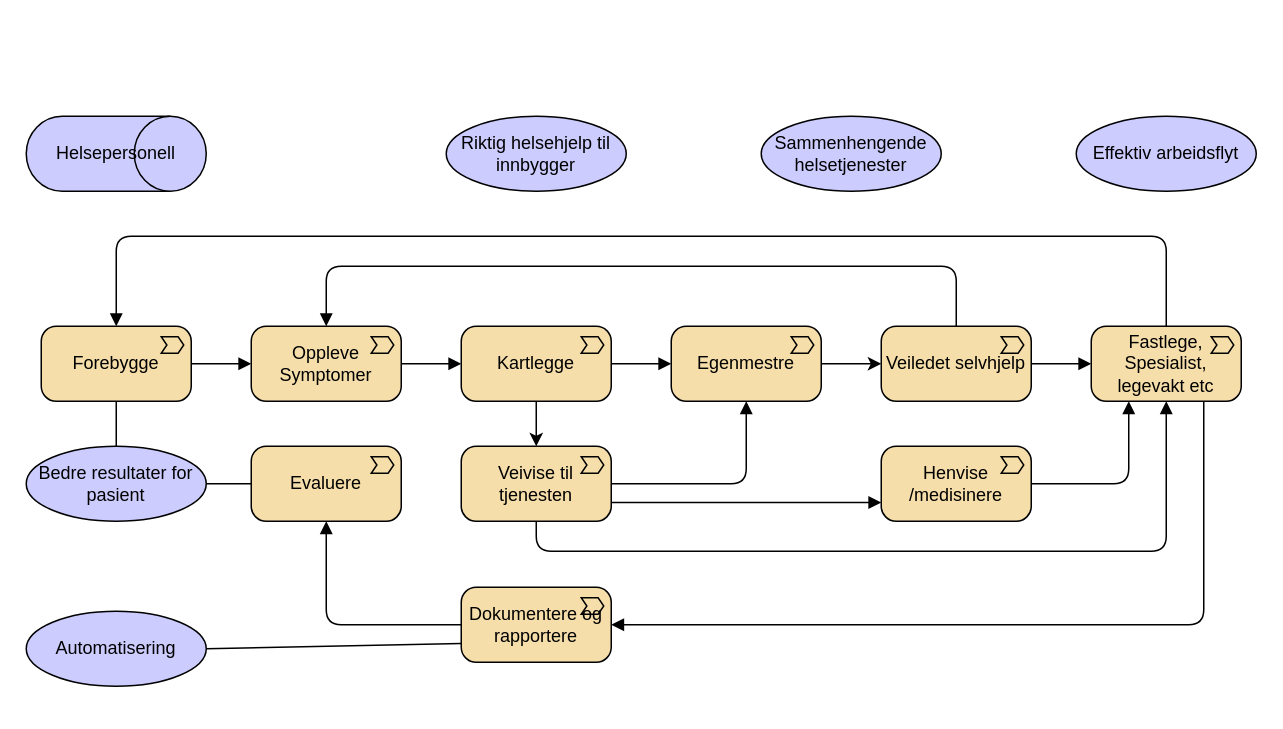
hdir/Digital-Forstelinje keeps this draw.io diagram as page "verdikjede-helsepersonell" (6 of 6) of currentbuild/strategi/value-chain.drawio. Above is the earlier version. Source tidied: cells renumbered, new cells numbered last; positions are measured from the earlier drawing's top-left corner, leaving out a move shared by most shapes. Both pictures are drawn from the tidied source at 150%, with x=0, y=0 at pixel (26, 116).
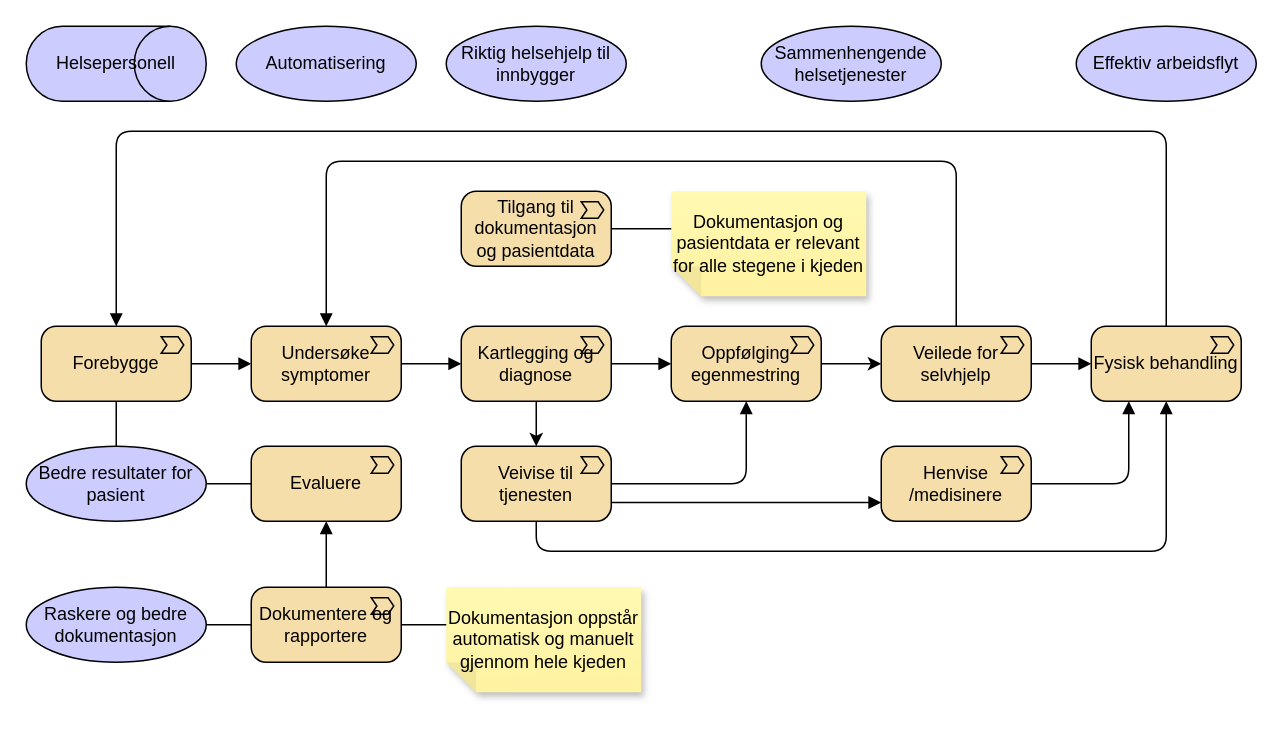
The same diagram, later.

Unchanged cells that the change refers to:
```xml
<mxCell id="3" value="Forebygge" style="html=1;outlineConnect=0;whiteSpace=wrap;fillColor=#F5DEAA;shape=mxgraph.archimate3.application;appType=valueStream;archiType=rounded;" parent="1" vertex="1">
  <mxGeometry x="10" y="140" width="100" height="50" as="geometry" />
</mxCell>
<mxCell id="23" value="Evaluere" style="html=1;outlineConnect=0;whiteSpace=wrap;fillColor=#F5DEAA;shape=mxgraph.archimate3.application;appType=valueStream;archiType=rounded;" parent="1" vertex="1">
  <mxGeometry x="150" y="220" width="100" height="50" as="geometry" />
</mxCell>
```

What changed in the source:
```diff
@@
-    <mxCell id="2" value="Oppleve Symptomer" style="html=1;outlineConnect=0;whiteSpace=wrap;fillColor=#F5DEAA;shape=mxgraph.archimate3.application;appType=valueStream;archiType=rounded;" parent="1" vertex="1">
+    <mxCell id="2" value="Undersøke symptomer" style="html=1;outlineConnect=0;whiteSpace=wrap;fillColor=#F5DEAA;shape=mxgraph.archimate3.application;appType=valueStream;archiType=rounded;" parent="1" vertex="1">
       <mxGeometry x="150" y="140" width="100" height="50" as="geometry" />
     </mxCell>
@@
-    <mxCell id="5" value="Kartlegge" style="html=1;outlineConnect=0;whiteSpace=wrap;fillColor=#F5DEAA;shape=mxgraph.archimate3.application;appType=valueStream;archiType=rounded;" parent="1" vertex="1">
+    <mxCell id="5" value="Kartlegging og diagnose" style="html=1;outlineConnect=0;whiteSpace=wrap;fillColor=#F5DEAA;shape=mxgraph.archimate3.application;appType=valueStream;archiType=rounded;" parent="1" vertex="1">
       <mxGeometry x="290" y="140" width="100" height="50" as="geometry" />
     </mxCell>
@@
-    <mxCell id="7" value="Egenmestre" style="html=1;outlineConnect=0;whiteSpace=wrap;fillColor=#F5DEAA;shape=mxgraph.archimate3.application;appType=valueStream;archiType=rounded;" parent="1" vertex="1">
+    <mxCell id="7" value="Oppfølging egenmestring" style="html=1;outlineConnect=0;whiteSpace=wrap;fillColor=#F5DEAA;shape=mxgraph.archimate3.application;appType=valueStream;archiType=rounded;" parent="1" vertex="1">
       <mxGeometry x="430" y="140" width="100" height="50" as="geometry" />
     </mxCell>
-    <mxCell id="8" value="Veiledet selvhjelp" style="html=1;outlineConnect=0;whiteSpace=wrap;fillColor=#F5DEAA;shape=mxgraph.archimate3.application;appType=valueStream;archiType=rounded;" parent="1" vertex="1">
+    <mxCell id="8" value="Veilede for selvhjelp" style="html=1;outlineConnect=0;whiteSpace=wrap;fillColor=#F5DEAA;shape=mxgraph.archimate3.application;appType=valueStream;archiType=rounded;" parent="1" vertex="1">
       <mxGeometry x="570" y="140" width="100" height="50" as="geometry" />
     </mxCell>
@@
     <mxCell id="13" style="edgeStyle=elbowEdgeStyle;html=1;endArrow=block;dashed=0;elbow=vertical;endFill=1;entryX=0.5;entryY=0;entryDx=0;entryDy=0;entryPerimeter=0;exitX=0.5;exitY=0;exitDx=0;exitDy=0;exitPerimeter=0;" parent="1" edge="1" source="8" target="2">
       <mxGeometry relative="1" as="geometry">
         <Array as="points">
-          <mxPoint x="410" y="100" />
+          <mxPoint x="410" y="30" />
         </Array>
       </mxGeometry>
     </mxCell>
@@
-    <mxCell id="15" value="Fastlege, Spesialist, legevakt etc" style="html=1;outlineConnect=0;whiteSpace=wrap;fillColor=#F5DEAA;shape=mxgraph.archimate3.application;appType=valueStream;archiType=rounded;" parent="1" vertex="1">
+    <mxCell id="15" value="Fysisk behandling" style="html=1;outlineConnect=0;whiteSpace=wrap;fillColor=#F5DEAA;shape=mxgraph.archimate3.application;appType=valueStream;archiType=rounded;" parent="1" vertex="1">
       <mxGeometry x="710" y="140" width="100" height="50" as="geometry" />
     </mxCell>
@@
     <mxCell id="17" style="edgeStyle=elbowEdgeStyle;html=1;endArrow=block;dashed=0;elbow=vertical;endFill=1;entryX=0.5;entryY=0;entryDx=0;entryDy=0;entryPerimeter=0;exitX=0.5;exitY=0;exitDx=0;exitDy=0;exitPerimeter=0;" parent="1" edge="1" source="15" target="3">
       <mxGeometry relative="1" as="geometry">
         <Array as="points">
-          <mxPoint x="410" y="80" />
+          <mxPoint x="420" y="10" />
         </Array>
       </mxGeometry>
     </mxCell>
@@
     <mxCell id="26" value="Helsepersonell" style="html=1;whiteSpace=wrap;fillColor=#CCCCFF;shape=mxgraph.archimate3.role;" parent="1" vertex="1">
-      <mxGeometry width="120" height="50" as="geometry" />
+      <mxGeometry y="-60" width="120" height="50" as="geometry" />
     </mxCell>
     <mxCell id="27" value="Sammenhengende helsetjenester" style="shape=ellipse;html=1;whiteSpace=wrap;fillColor=#CCCCFF;" parent="1" vertex="1">
-      <mxGeometry x="490" width="120" height="50" as="geometry" />
+      <mxGeometry x="490" y="-60" width="120" height="50" as="geometry" />
     </mxCell>
     <mxCell id="28" value="Effektiv arbeidsflyt" style="shape=ellipse;html=1;whiteSpace=wrap;fillColor=#CCCCFF;" parent="1" vertex="1">
-      <mxGeometry x="700" width="120" height="50" as="geometry" />
+      <mxGeometry x="700" y="-60" width="120" height="50" as="geometry" />
     </mxCell>
     <mxCell id="29" value="Automatisering" style="shape=ellipse;html=1;whiteSpace=wrap;fillColor=#CCCCFF;" parent="1" vertex="1">
-      <mxGeometry y="330" width="120" height="50" as="geometry" />
+      <mxGeometry x="140" y="-60" width="120" height="50" as="geometry" />
     </mxCell>
     <mxCell id="30" value="Riktig helsehjelp til innbygger" style="shape=ellipse;html=1;whiteSpace=wrap;fillColor=#CCCCFF;" parent="1" vertex="1">
-      <mxGeometry x="280" width="120" height="50" as="geometry" />
+      <mxGeometry x="280" y="-60" width="120" height="50" as="geometry" />
     </mxCell>
     <mxCell id="31" value="Dokumentere og rapportere" style="html=1;outlineConnect=0;whiteSpace=wrap;fillColor=#F5DEAA;shape=mxgraph.archimate3.application;appType=valueStream;archiType=rounded;" parent="1" vertex="1">
-      <mxGeometry x="290" y="314" width="100" height="50" as="geometry" />
+      <mxGeometry x="150" y="314" width="100" height="50" as="geometry" />
     </mxCell>
-    <mxCell id="32" style="edgeStyle=orthogonalEdgeStyle;html=1;endArrow=block;dashed=0;elbow=vertical;endFill=1;entryX=1;entryY=0.5;entryDx=0;entryDy=0;entryPerimeter=0;exitX=0.75;exitY=1;exitDx=0;exitDy=0;exitPerimeter=0;" parent="1" edge="1" source="15" target="31">
-      <mxGeometry relative="1" as="geometry" />
-    </mxCell>
-    <mxCell id="33" style="edgeStyle=orthogonalEdgeStyle;html=1;endArrow=block;dashed=0;elbow=vertical;endFill=1;entryX=0.5;entryY=1;entryDx=0;entryDy=0;entryPerimeter=0;exitX=0;exitY=0.5;exitDx=0;exitDy=0;exitPerimeter=0;" parent="1" edge="1" source="31" target="23">
+    <mxCell id="33" style="edgeStyle=orthogonalEdgeStyle;html=1;endArrow=block;dashed=0;elbow=vertical;endFill=1;entryX=0.5;entryY=1;entryDx=0;entryDy=0;entryPerimeter=0;exitX=0.5;exitY=0;exitDx=0;exitDy=0;exitPerimeter=0;" parent="1" edge="1" source="31" target="23">
       <mxGeometry relative="1" as="geometry" />
     </mxCell>
-    <mxCell id="34" style="html=1;endArrow=none;elbow=vertical;exitX=1;exitY=0.5;exitDx=0;exitDy=0;entryX=0;entryY=0.75;entryDx=0;entryDy=0;entryPerimeter=0;" parent="1" edge="1" source="29" target="31">
-      <mxGeometry relative="1" as="geometry" />
-    </mxCell>
+    <mxCell id="35" value="Dokumentasjon oppstår automatisk og manuelt gjennom hele kjeden" style="shape=note;whiteSpace=wrap;html=1;backgroundOutline=1;fontColor=#000000;darkOpacity=0.05;fillColor=#FFF9B2;strokeColor=none;fillStyle=solid;direction=west;gradientDirection=north;gradientColor=#FFF2A1;shadow=1;size=20;" parent="1" vertex="1">
+      <mxGeometry x="280" y="314" width="130" height="70" as="geometry" />
+    </mxCell>
+    <mxCell id="36" style="edgeStyle=elbowEdgeStyle;html=1;endArrow=none;elbow=vertical;exitX=1;exitY=0.5;exitDx=0;exitDy=0;entryX=0;entryY=0;entryDx=130;entryDy=45;entryPerimeter=0;exitPerimeter=0;" parent="1" edge="1" source="31" target="35">
+      <mxGeometry relative="1" as="geometry" />
+    </mxCell>
+    <mxCell id="37" value="Raskere og bedre dokumentasjon" style="shape=ellipse;html=1;whiteSpace=wrap;fillColor=#CCCCFF;" parent="1" vertex="1">
+      <mxGeometry y="314" width="120" height="50" as="geometry" />
+    </mxCell>
+    <mxCell id="38" style="edgeStyle=elbowEdgeStyle;html=1;endArrow=none;elbow=vertical;exitX=1;exitY=0.5;exitDx=0;exitDy=0;entryX=0;entryY=0.5;entryDx=0;entryDy=0;entryPerimeter=0;" parent="1" edge="1" source="37" target="31">
+      <mxGeometry relative="1" as="geometry" />
+    </mxCell>
+    <mxCell id="39" value="Tilgang til dokumentasjon og pasientdata" style="html=1;outlineConnect=0;whiteSpace=wrap;fillColor=#F5DEAA;shape=mxgraph.archimate3.application;appType=valueStream;archiType=rounded;" parent="1" vertex="1">
+      <mxGeometry x="290" y="50" width="100" height="50" as="geometry" />
+    </mxCell>
+    <mxCell id="40" value="Dokumentasjon og pasientdata er relevant for alle stegene i kjeden" style="shape=note;whiteSpace=wrap;html=1;backgroundOutline=1;fontColor=#000000;darkOpacity=0.05;fillColor=#FFF9B2;strokeColor=none;fillStyle=solid;direction=west;gradientDirection=north;gradientColor=#FFF2A1;shadow=1;size=20;" parent="1" vertex="1">
+      <mxGeometry x="430" y="50" width="130" height="70" as="geometry" />
+    </mxCell>
+    <mxCell id="41" style="edgeStyle=elbowEdgeStyle;html=1;endArrow=none;elbow=vertical;exitX=1;exitY=0.5;exitDx=0;exitDy=0;entryX=0;entryY=0;entryDx=130;entryDy=45;entryPerimeter=0;exitPerimeter=0;" parent="1" edge="1" source="39" target="40">
+      <mxGeometry relative="1" as="geometry" />
+    </mxCell>
```
